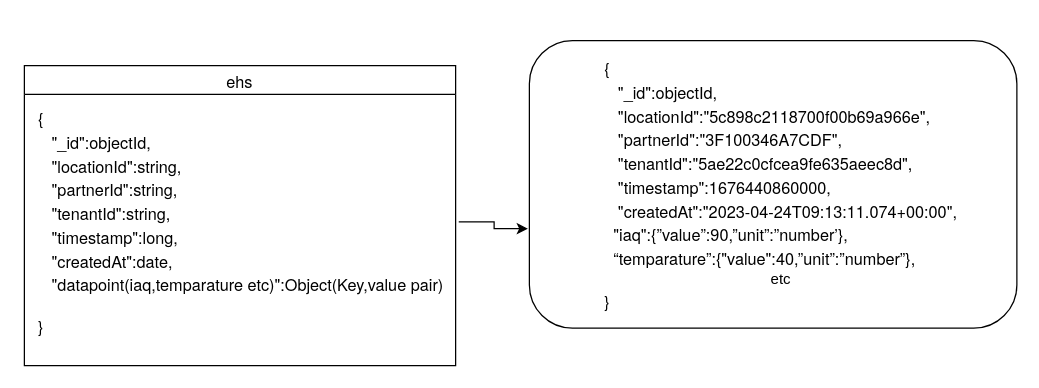
wesco-chandanabuduru/common-entities keeps this draw.io diagram as src/main/java/com/wesco/model/Data model for wynd.drawio. Above is the earlier version. Source tidied: cells renumbered, new cells numbered last; positions are measured from the earlier drawing's top-left corner, leaving out a move shared by most shapes. Both pictures are drawn from the tidied source at 125%, with x=0, y=0 at pixel (21, 40).
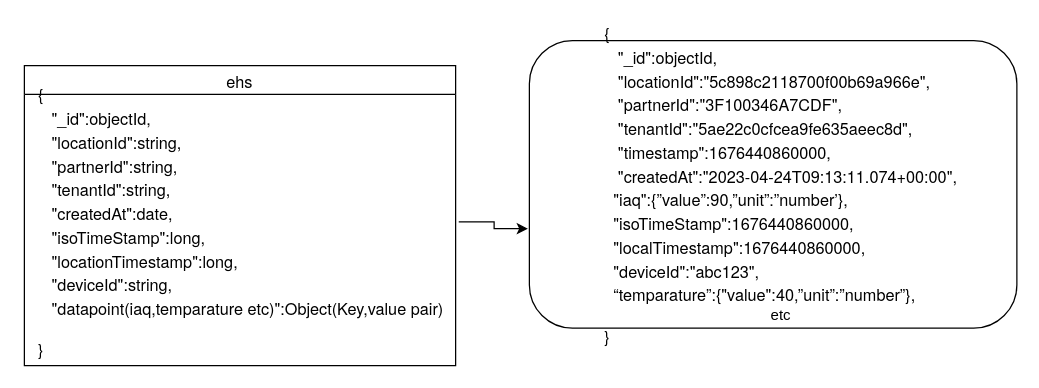
The same diagram, later.

What changed in the source:
```diff
@@
-    <mxCell id="4" value="&lt;p style=&quot;border-color: var(--border-color); font-variant-numeric: normal; font-variant-east-asian: normal; font-variant-alternates: normal; font-kerning: auto; font-optical-sizing: auto; font-feature-settings: normal; font-variation-settings: normal; font-stretch: normal; font-size: 13px; line-height: normal; font-family: &amp;quot;Helvetica Neue&amp;quot;; margin: 0px; text-align: start;&quot; class=&quot;p1&quot;&gt;{&lt;/p&gt;&lt;p style=&quot;border-color: var(--border-color); font-variant-numeric: normal; font-variant-east-asian: normal; font-variant-alternates: normal; font-kerning: auto; font-optical-sizing: auto; font-feature-settings: normal; font-variation-settings: normal; font-stretch: normal; font-size: 13px; line-height: normal; font-family: &amp;quot;Helvetica Neue&amp;quot;; margin: 0px; text-align: start;&quot; class=&quot;p1&quot;&gt;&amp;nbsp;&amp;nbsp; &quot;_id&quot;:objectId,&lt;/p&gt;&lt;p style=&quot;border-color: var(--border-color); font-variant-numeric: normal; font-variant-east-asian: normal; font-variant-alternates: normal; font-kerning: auto; font-optical-sizing: auto; font-feature-settings: normal; font-variation-settings: normal; font-stretch: normal; font-size: 13px; line-height: normal; font-family: &amp;quot;Helvetica Neue&amp;quot;; margin: 0px; text-align: start;&quot; class=&quot;p1&quot;&gt;&amp;nbsp;&amp;nbsp;&amp;nbsp;&quot;locationId&quot;:&quot;5c898c2118700f00b69a966e&quot;,&lt;/p&gt;&lt;p style=&quot;border-color: var(--border-color); font-variant-numeric: normal; font-variant-east-asian: normal; font-variant-alternates: normal; font-kerning: auto; font-optical-sizing: auto; font-feature-settings: normal; font-variation-settings: normal; font-stretch: normal; font-size: 13px; line-height: normal; font-family: &amp;quot;Helvetica Neue&amp;quot;; margin: 0px; text-align: start;&quot; class=&quot;p1&quot;&gt;&lt;span style=&quot;border-color: var(--border-color);&quot; class=&quot;Apple-converted-space&quot;&gt;&amp;nbsp;&amp;nbsp;&amp;nbsp;&lt;/span&gt;&quot;partnerId&quot;:&quot;3F100346A7CDF&quot;,&lt;/p&gt;&lt;p style=&quot;border-color: var(--border-color); font-variant-numeric: normal; font-variant-east-asian: normal; font-variant-alternates: normal; font-kerning: auto; font-optical-sizing: auto; font-feature-settings: normal; font-variation-settings: normal; font-stretch: normal; font-size: 13px; line-height: normal; font-family: &amp;quot;Helvetica Neue&amp;quot;; margin: 0px; text-align: start;&quot; class=&quot;p1&quot;&gt;&lt;span style=&quot;border-color: var(--border-color);&quot; class=&quot;Apple-converted-space&quot;&gt;&amp;nbsp;&amp;nbsp;&amp;nbsp;&lt;/span&gt;&quot;tenantId&quot;:&quot;5ae22c0cfcea9fe635aeec8d&quot;,&lt;/p&gt;&lt;p style=&quot;border-color: var(--border-color); font-variant-numeric: normal; font-variant-east-asian: normal; font-variant-alternates: normal; font-kerning: auto; font-optical-sizing: auto; font-feature-settings: normal; font-variation-settings: normal; font-stretch: normal; font-size: 13px; line-height: normal; font-family: &amp;quot;Helvetica Neue&amp;quot;; margin: 0px; text-align: start;&quot; class=&quot;p1&quot;&gt;&lt;span style=&quot;border-color: var(--border-color);&quot; class=&quot;Apple-converted-space&quot;&gt;&amp;nbsp;&amp;nbsp;&amp;nbsp;&lt;/span&gt;&quot;timestamp&quot;:1676440860000,&lt;/p&gt;&lt;p style=&quot;border-color: var(--border-color); font-variant-numeric: normal; font-variant-east-asian: normal; font-variant-alternates: normal; font-kerning: auto; font-optical-sizing: auto; font-feature-settings: normal; font-variation-settings: normal; font-stretch: normal; font-size: 13px; line-height: normal; font-family: &amp;quot;Helvetica Neue&amp;quot;; margin: 0px; text-align: start;&quot; class=&quot;p1&quot;&gt;&lt;span style=&quot;border-color: var(--border-color);&quot; class=&quot;Apple-converted-space&quot;&gt;&amp;nbsp;&amp;nbsp;&amp;nbsp;&lt;/span&gt;&quot;createdAt&quot;:&quot;2023-04-24T09:13:11.074+00:00&quot;,&lt;/p&gt;&lt;p style=&quot;border-color: var(--border-color); font-variant-numeric: normal; font-variant-east-asian: normal; font-variant-alternates: normal; font-kerning: auto; font-optical-sizing: auto; font-feature-settings: normal; font-variation-settings: normal; font-stretch: normal; font-size: 13px; line-height: normal; font-family: &amp;quot;Helvetica Neue&amp;quot;; margin: 0px; text-align: start;&quot; class=&quot;p1&quot;&gt;&amp;nbsp; &quot;iaq&lt;span style=&quot;background-color: initial;&quot;&gt;&quot;:{”value”:90,”unit”:”number’},&lt;/span&gt;&lt;/p&gt;&lt;p style=&quot;border-color: var(--border-color); font-variant-numeric: normal; font-variant-east-asian: normal; font-variant-alternates: normal; font-kerning: auto; font-optical-sizing: auto; font-feature-settings: normal; font-variation-settings: normal; font-stretch: normal; font-size: 13px; line-height: normal; font-family: &amp;quot;Helvetica Neue&amp;quot;; margin: 0px; text-align: start;&quot; class=&quot;p1&quot;&gt;&lt;span style=&quot;background-color: initial;&quot; class=&quot;Apple-converted-space&quot;&gt;&amp;nbsp;&amp;nbsp;&lt;/span&gt;&lt;span style=&quot;background-color: initial;&quot;&gt;“temparature”:{&quot;value&quot;:40,”unit”:”number”}&lt;/span&gt;,&lt;/p&gt;&lt;div style=&quot;border-color: var(--border-color);&quot;&gt;etc&lt;/div&gt;&lt;p style=&quot;border-color: var(--border-color); font-variant-numeric: normal; font-variant-east-asian: normal; font-variant-alternates: normal; font-kerning: auto; font-optical-sizing: auto; font-feature-settings: normal; font-variation-settings: normal; font-stretch: normal; font-size: 13px; line-height: normal; font-family: &amp;quot;Helvetica Neue&amp;quot;; margin: 0px; text-align: start;&quot; class=&quot;p1&quot;&gt;}&lt;/p&gt;" style="text;html=1;align=center;verticalAlign=middle;strokeColor=none;fillColor=none;" parent="1" vertex="1">
-      <mxGeometry x="452" y="20" width="310" height="190" as="geometry" />
+    <mxCell id="4" value="&lt;p style=&quot;border-color: var(--border-color); font-variant-numeric: normal; font-variant-east-asian: normal; font-variant-alternates: normal; font-kerning: auto; font-optical-sizing: auto; font-feature-settings: normal; font-variation-settings: normal; font-stretch: normal; font-size: 13px; line-height: normal; font-family: &amp;quot;Helvetica Neue&amp;quot;; margin: 0px; text-align: start;&quot; class=&quot;p1&quot;&gt;{&lt;/p&gt;&lt;p style=&quot;border-color: var(--border-color); font-variant-numeric: normal; font-variant-east-asian: normal; font-variant-alternates: normal; font-kerning: auto; font-optical-sizing: auto; font-feature-settings: normal; font-variation-settings: normal; font-stretch: normal; font-size: 13px; line-height: normal; font-family: &amp;quot;Helvetica Neue&amp;quot;; margin: 0px; text-align: start;&quot; class=&quot;p1&quot;&gt;&amp;nbsp;&amp;nbsp; &quot;_id&quot;:objectId,&lt;/p&gt;&lt;p style=&quot;border-color: var(--border-color); font-variant-numeric: normal; font-variant-east-asian: normal; font-variant-alternates: normal; font-kerning: auto; font-optical-sizing: auto; font-feature-settings: normal; font-variation-settings: normal; font-stretch: normal; font-size: 13px; line-height: normal; font-family: &amp;quot;Helvetica Neue&amp;quot;; margin: 0px; text-align: start;&quot; class=&quot;p1&quot;&gt;&amp;nbsp;&amp;nbsp;&amp;nbsp;&quot;locationId&quot;:&quot;5c898c2118700f00b69a966e&quot;,&lt;/p&gt;&lt;p style=&quot;border-color: var(--border-color); font-variant-numeric: normal; font-variant-east-asian: normal; font-variant-alternates: normal; font-kerning: auto; font-optical-sizing: auto; font-feature-settings: normal; font-variation-settings: normal; font-stretch: normal; font-size: 13px; line-height: normal; font-family: &amp;quot;Helvetica Neue&amp;quot;; margin: 0px; text-align: start;&quot; class=&quot;p1&quot;&gt;&lt;span style=&quot;border-color: var(--border-color);&quot; class=&quot;Apple-converted-space&quot;&gt;&amp;nbsp;&amp;nbsp;&amp;nbsp;&lt;/span&gt;&quot;partnerId&quot;:&quot;3F100346A7CDF&quot;,&lt;/p&gt;&lt;p style=&quot;border-color: var(--border-color); font-variant-numeric: normal; font-variant-east-asian: normal; font-variant-alternates: normal; font-kerning: auto; font-optical-sizing: auto; font-feature-settings: normal; font-variation-settings: normal; font-stretch: normal; font-size: 13px; line-height: normal; font-family: &amp;quot;Helvetica Neue&amp;quot;; margin: 0px; text-align: start;&quot; class=&quot;p1&quot;&gt;&lt;span style=&quot;border-color: var(--border-color);&quot; class=&quot;Apple-converted-space&quot;&gt;&amp;nbsp;&amp;nbsp;&amp;nbsp;&lt;/span&gt;&quot;tenantId&quot;:&quot;5ae22c0cfcea9fe635aeec8d&quot;,&lt;/p&gt;&lt;p style=&quot;border-color: var(--border-color); font-variant-numeric: normal; font-variant-east-asian: normal; font-variant-alternates: normal; font-kerning: auto; font-optical-sizing: auto; font-feature-settings: normal; font-variation-settings: normal; font-stretch: normal; font-size: 13px; line-height: normal; font-family: &amp;quot;Helvetica Neue&amp;quot;; margin: 0px; text-align: start;&quot; class=&quot;p1&quot;&gt;&lt;span style=&quot;border-color: var(--border-color);&quot; class=&quot;Apple-converted-space&quot;&gt;&amp;nbsp;&amp;nbsp;&amp;nbsp;&lt;/span&gt;&quot;timestamp&quot;:1676440860000,&lt;/p&gt;&lt;p style=&quot;border-color: var(--border-color); font-variant-numeric: normal; font-variant-east-asian: normal; font-variant-alternates: normal; font-kerning: auto; font-optical-sizing: auto; font-feature-settings: normal; font-variation-settings: normal; font-stretch: normal; font-size: 13px; line-height: normal; font-family: &amp;quot;Helvetica Neue&amp;quot;; margin: 0px; text-align: start;&quot; class=&quot;p1&quot;&gt;&lt;span style=&quot;border-color: var(--border-color);&quot; class=&quot;Apple-converted-space&quot;&gt;&amp;nbsp;&amp;nbsp;&amp;nbsp;&lt;/span&gt;&quot;createdAt&quot;:&quot;2023-04-24T09:13:11.074+00:00&quot;,&lt;/p&gt;&lt;p style=&quot;border-color: var(--border-color); font-variant-numeric: normal; font-variant-east-asian: normal; font-variant-alternates: normal; font-kerning: auto; font-optical-sizing: auto; font-feature-settings: normal; font-variation-settings: normal; font-stretch: normal; font-size: 13px; line-height: normal; font-family: &amp;quot;Helvetica Neue&amp;quot;; margin: 0px; text-align: start;&quot; class=&quot;p1&quot;&gt;&amp;nbsp; &quot;iaq&lt;span style=&quot;background-color: initial;&quot;&gt;&quot;:{”value”:90,”unit”:”number’},&lt;/span&gt;&lt;/p&gt;&lt;p style=&quot;border-color: var(--border-color); font-variant-numeric: normal; font-variant-east-asian: normal; font-variant-alternates: normal; font-kerning: auto; font-optical-sizing: auto; font-feature-settings: normal; font-variation-settings: normal; font-stretch: normal; font-size: 13px; line-height: normal; font-family: &amp;quot;Helvetica Neue&amp;quot;; margin: 0px; text-align: start;&quot; class=&quot;p1&quot;&gt;&lt;span style=&quot;background-color: initial;&quot;&gt;&amp;nbsp; &quot;isoTimeStamp&quot;:1676440860000,&lt;/span&gt;&lt;/p&gt;&lt;p style=&quot;border-color: var(--border-color); font-variant-numeric: normal; font-variant-east-asian: normal; font-variant-alternates: normal; font-kerning: auto; font-optical-sizing: auto; font-feature-settings: normal; font-variation-settings: normal; font-stretch: normal; font-size: 13px; line-height: normal; font-family: &amp;quot;Helvetica Neue&amp;quot;; margin: 0px; text-align: start;&quot; class=&quot;p1&quot;&gt;&lt;span style=&quot;background-color: initial;&quot;&gt;&amp;nbsp; &quot;localTimestamp&quot;:1676440860000,&lt;/span&gt;&lt;/p&gt;&lt;p style=&quot;border-color: var(--border-color); font-variant-numeric: normal; font-variant-east-asian: normal; font-variant-alternates: normal; font-kerning: auto; font-optical-sizing: auto; font-feature-settings: normal; font-variation-settings: normal; font-stretch: normal; font-size: 13px; line-height: normal; font-family: &amp;quot;Helvetica Neue&amp;quot;; margin: 0px; text-align: start;&quot; class=&quot;p1&quot;&gt;&lt;span style=&quot;background-color: initial;&quot;&gt;&amp;nbsp; &quot;deviceId&quot;:&quot;abc123&quot;,&lt;/span&gt;&lt;/p&gt;&lt;p style=&quot;border-color: var(--border-color); font-variant-numeric: normal; font-variant-east-asian: normal; font-variant-alternates: normal; font-kerning: auto; font-optical-sizing: auto; font-feature-settings: normal; font-variation-settings: normal; font-stretch: normal; font-size: 13px; line-height: normal; font-family: &amp;quot;Helvetica Neue&amp;quot;; margin: 0px; text-align: start;&quot; class=&quot;p1&quot;&gt;&lt;span style=&quot;background-color: initial;&quot; class=&quot;Apple-converted-space&quot;&gt;&amp;nbsp;&amp;nbsp;&lt;/span&gt;&lt;span style=&quot;background-color: initial;&quot;&gt;“temparature”:{&quot;value&quot;:40,”unit”:”number”}&lt;/span&gt;,&lt;/p&gt;&lt;div style=&quot;border-color: var(--border-color);&quot;&gt;etc&lt;/div&gt;&lt;p style=&quot;border-color: var(--border-color); font-variant-numeric: normal; font-variant-east-asian: normal; font-variant-alternates: normal; font-kerning: auto; font-optical-sizing: auto; font-feature-settings: normal; font-variation-settings: normal; font-stretch: normal; font-size: 13px; line-height: normal; font-family: &amp;quot;Helvetica Neue&amp;quot;; margin: 0px; text-align: start;&quot; class=&quot;p1&quot;&gt;}&lt;/p&gt;" style="text;html=1;align=center;verticalAlign=middle;strokeColor=none;fillColor=none;" parent="1" vertex="1">
+      <mxGeometry x="452" y="-5" width="310" height="240" as="geometry" />
     </mxCell>
@@
-    <mxCell id="6" value="&lt;p style=&quot;margin: 0px; font-variant-numeric: normal; font-variant-east-asian: normal; font-variant-alternates: normal; font-kerning: auto; font-optical-sizing: auto; font-feature-settings: normal; font-variation-settings: normal; font-stretch: normal; font-size: 13px; line-height: normal; font-family: &amp;quot;Helvetica Neue&amp;quot;; text-align: start;&quot; class=&quot;p1&quot;&gt;{&lt;/p&gt;&lt;p style=&quot;margin: 0px; font-variant-numeric: normal; font-variant-east-asian: normal; font-variant-alternates: normal; font-kerning: auto; font-optical-sizing: auto; font-feature-settings: normal; font-variation-settings: normal; font-stretch: normal; font-size: 13px; line-height: normal; font-family: &amp;quot;Helvetica Neue&amp;quot;; text-align: start;&quot; class=&quot;p1&quot;&gt;&amp;nbsp;&amp;nbsp; &quot;_id&quot;:objectId,&lt;/p&gt;&lt;p style=&quot;margin: 0px; font-variant-numeric: normal; font-variant-east-asian: normal; font-variant-alternates: normal; font-kerning: auto; font-optical-sizing: auto; font-feature-settings: normal; font-variation-settings: normal; font-stretch: normal; font-size: 13px; line-height: normal; font-family: &amp;quot;Helvetica Neue&amp;quot;; text-align: start;&quot; class=&quot;p1&quot;&gt;&lt;span class=&quot;Apple-converted-space&quot;&gt;&amp;nbsp;&amp;nbsp; &lt;/span&gt;&quot;locationId&quot;:string,&lt;/p&gt;&lt;p style=&quot;margin: 0px; font-variant-numeric: normal; font-variant-east-asian: normal; font-variant-alternates: normal; font-kerning: auto; font-optical-sizing: auto; font-feature-settings: normal; font-variation-settings: normal; font-stretch: normal; font-size: 13px; line-height: normal; font-family: &amp;quot;Helvetica Neue&amp;quot;; text-align: start;&quot; class=&quot;p1&quot;&gt;&lt;span class=&quot;Apple-converted-space&quot;&gt;&amp;nbsp;&amp;nbsp; &lt;/span&gt;&quot;partnerId&quot;:string,&lt;/p&gt;&lt;p style=&quot;margin: 0px; font-variant-numeric: normal; font-variant-east-asian: normal; font-variant-alternates: normal; font-kerning: auto; font-optical-sizing: auto; font-feature-settings: normal; font-variation-settings: normal; font-stretch: normal; font-size: 13px; line-height: normal; font-family: &amp;quot;Helvetica Neue&amp;quot;; text-align: start;&quot; class=&quot;p1&quot;&gt;&lt;span class=&quot;Apple-converted-space&quot;&gt;&amp;nbsp;&amp;nbsp; &lt;/span&gt;&quot;tenantId&quot;:string,&lt;/p&gt;&lt;p style=&quot;margin: 0px; font-variant-numeric: normal; font-variant-east-asian: normal; font-variant-alternates: normal; font-kerning: auto; font-optical-sizing: auto; font-feature-settings: normal; font-variation-settings: normal; font-stretch: normal; font-size: 13px; line-height: normal; font-family: &amp;quot;Helvetica Neue&amp;quot;; text-align: start;&quot; class=&quot;p1&quot;&gt;&lt;span class=&quot;Apple-converted-space&quot;&gt;&amp;nbsp;&amp;nbsp; &lt;/span&gt;&quot;timestamp&quot;:long,&lt;/p&gt;&lt;p style=&quot;margin: 0px; font-variant-numeric: normal; font-variant-east-asian: normal; font-variant-alternates: normal; font-kerning: auto; font-optical-sizing: auto; font-feature-settings: normal; font-variation-settings: normal; font-stretch: normal; font-size: 13px; line-height: normal; font-family: &amp;quot;Helvetica Neue&amp;quot;; text-align: start;&quot; class=&quot;p1&quot;&gt;&lt;span class=&quot;Apple-converted-space&quot;&gt;&amp;nbsp;&amp;nbsp; &lt;/span&gt;&quot;createdAt&quot;:date,&lt;/p&gt;&lt;p style=&quot;border-color: var(--border-color); font-variant-numeric: normal; font-variant-east-asian: normal; font-variant-alternates: normal; font-kerning: auto; font-optical-sizing: auto; font-feature-settings: normal; font-variation-settings: normal; font-stretch: normal; font-size: 13px; line-height: normal; font-family: &amp;quot;Helvetica Neue&amp;quot;; margin: 0px; text-align: start;&quot; class=&quot;p1&quot;&gt;&amp;nbsp; &amp;nbsp;&quot;datapoint(iaq,temparature etc)&quot;:Object(Key,value pair)&lt;/p&gt;&lt;div&gt;&lt;br&gt;&lt;/div&gt;&lt;p style=&quot;margin: 0px; font-variant-numeric: normal; font-variant-east-asian: normal; font-variant-alternates: normal; font-kerning: auto; font-optical-sizing: auto; font-feature-settings: normal; font-variation-settings: normal; font-stretch: normal; font-size: 13px; line-height: normal; font-family: &amp;quot;Helvetica Neue&amp;quot;; text-align: start;&quot; class=&quot;p1&quot;&gt;}&lt;/p&gt;" style="text;html=1;align=center;verticalAlign=middle;points=[];strokeColor=none;fillColor=none;" parent="1" vertex="1">
-      <mxGeometry x="-0.5" y="60" width="350" height="170" as="geometry" />
+    <mxCell id="6" value="&lt;p style=&quot;margin: 0px; font-variant-numeric: normal; font-variant-east-asian: normal; font-variant-alternates: normal; font-kerning: auto; font-optical-sizing: auto; font-feature-settings: normal; font-variation-settings: normal; font-stretch: normal; font-size: 13px; line-height: normal; font-family: &amp;quot;Helvetica Neue&amp;quot;; text-align: start;&quot; class=&quot;p1&quot;&gt;{&lt;/p&gt;&lt;p style=&quot;margin: 0px; font-variant-numeric: normal; font-variant-east-asian: normal; font-variant-alternates: normal; font-kerning: auto; font-optical-sizing: auto; font-feature-settings: normal; font-variation-settings: normal; font-stretch: normal; font-size: 13px; line-height: normal; font-family: &amp;quot;Helvetica Neue&amp;quot;; text-align: start;&quot; class=&quot;p1&quot;&gt;&amp;nbsp;&amp;nbsp; &quot;_id&quot;:objectId,&lt;/p&gt;&lt;p style=&quot;margin: 0px; font-variant-numeric: normal; font-variant-east-asian: normal; font-variant-alternates: normal; font-kerning: auto; font-optical-sizing: auto; font-feature-settings: normal; font-variation-settings: normal; font-stretch: normal; font-size: 13px; line-height: normal; font-family: &amp;quot;Helvetica Neue&amp;quot;; text-align: start;&quot; class=&quot;p1&quot;&gt;&lt;span class=&quot;Apple-converted-space&quot;&gt;&amp;nbsp;&amp;nbsp; &lt;/span&gt;&quot;locationId&quot;:string,&lt;/p&gt;&lt;p style=&quot;margin: 0px; font-variant-numeric: normal; font-variant-east-asian: normal; font-variant-alternates: normal; font-kerning: auto; font-optical-sizing: auto; font-feature-settings: normal; font-variation-settings: normal; font-stretch: normal; font-size: 13px; line-height: normal; font-family: &amp;quot;Helvetica Neue&amp;quot;; text-align: start;&quot; class=&quot;p1&quot;&gt;&lt;span class=&quot;Apple-converted-space&quot;&gt;&amp;nbsp;&amp;nbsp; &lt;/span&gt;&quot;partnerId&quot;:string,&lt;/p&gt;&lt;p style=&quot;margin: 0px; font-variant-numeric: normal; font-variant-east-asian: normal; font-variant-alternates: normal; font-kerning: auto; font-optical-sizing: auto; font-feature-settings: normal; font-variation-settings: normal; font-stretch: normal; font-size: 13px; line-height: normal; font-family: &amp;quot;Helvetica Neue&amp;quot;; text-align: start;&quot; class=&quot;p1&quot;&gt;&lt;span class=&quot;Apple-converted-space&quot;&gt;&amp;nbsp;&amp;nbsp; &lt;/span&gt;&quot;tenantId&quot;:string,&lt;/p&gt;&lt;p style=&quot;margin: 0px; font-variant-numeric: normal; font-variant-east-asian: normal; font-variant-alternates: normal; font-kerning: auto; font-optical-sizing: auto; font-feature-settings: normal; font-variation-settings: normal; font-stretch: normal; font-size: 13px; line-height: normal; font-family: &amp;quot;Helvetica Neue&amp;quot;; text-align: start;&quot; class=&quot;p1&quot;&gt;&lt;span class=&quot;Apple-converted-space&quot;&gt;&amp;nbsp;&amp;nbsp; &lt;/span&gt;&quot;createdAt&quot;:date,&lt;/p&gt;&lt;p style=&quot;margin: 0px; font-variant-numeric: normal; font-variant-east-asian: normal; font-variant-alternates: normal; font-kerning: auto; font-optical-sizing: auto; font-feature-settings: normal; font-variation-settings: normal; font-stretch: normal; font-size: 13px; line-height: normal; font-family: &amp;quot;Helvetica Neue&amp;quot;; text-align: start;&quot; class=&quot;p1&quot;&gt;&amp;nbsp; &amp;nbsp;&quot;isoTimeStamp&quot;:long,&lt;/p&gt;&lt;p style=&quot;margin: 0px; font-variant-numeric: normal; font-variant-east-asian: normal; font-variant-alternates: normal; font-kerning: auto; font-optical-sizing: auto; font-feature-settings: normal; font-variation-settings: normal; font-stretch: normal; font-size: 13px; line-height: normal; font-family: &amp;quot;Helvetica Neue&amp;quot;; text-align: start;&quot; class=&quot;p1&quot;&gt;&amp;nbsp; &amp;nbsp;&quot;locationTimestamp&quot;:long,&lt;/p&gt;&lt;p style=&quot;margin: 0px; font-variant-numeric: normal; font-variant-east-asian: normal; font-variant-alternates: normal; font-kerning: auto; font-optical-sizing: auto; font-feature-settings: normal; font-variation-settings: normal; font-stretch: normal; font-size: 13px; line-height: normal; font-family: &amp;quot;Helvetica Neue&amp;quot;; text-align: start;&quot; class=&quot;p1&quot;&gt;&amp;nbsp; &amp;nbsp;&quot;deviceId&quot;:string,&lt;/p&gt;&lt;p style=&quot;border-color: var(--border-color); font-variant-numeric: normal; font-variant-east-asian: normal; font-variant-alternates: normal; font-kerning: auto; font-optical-sizing: auto; font-feature-settings: normal; font-variation-settings: normal; font-stretch: normal; font-size: 13px; line-height: normal; font-family: &amp;quot;Helvetica Neue&amp;quot;; margin: 0px; text-align: start;&quot; class=&quot;p1&quot;&gt;&amp;nbsp; &amp;nbsp;&quot;datapoint(iaq,temparature etc)&quot;:Object(Key,value pair)&lt;/p&gt;&lt;div&gt;&lt;br&gt;&lt;/div&gt;&lt;p style=&quot;margin: 0px; font-variant-numeric: normal; font-variant-east-asian: normal; font-variant-alternates: normal; font-kerning: auto; font-optical-sizing: auto; font-feature-settings: normal; font-variation-settings: normal; font-stretch: normal; font-size: 13px; line-height: normal; font-family: &amp;quot;Helvetica Neue&amp;quot;; text-align: start;&quot; class=&quot;p1&quot;&gt;}&lt;/p&gt;" style="text;html=1;align=center;verticalAlign=middle;points=[];strokeColor=none;fillColor=none;" parent="1" vertex="1">
+      <mxGeometry x="-0.5" y="45" width="350" height="200" as="geometry" />
     </mxCell>
```
